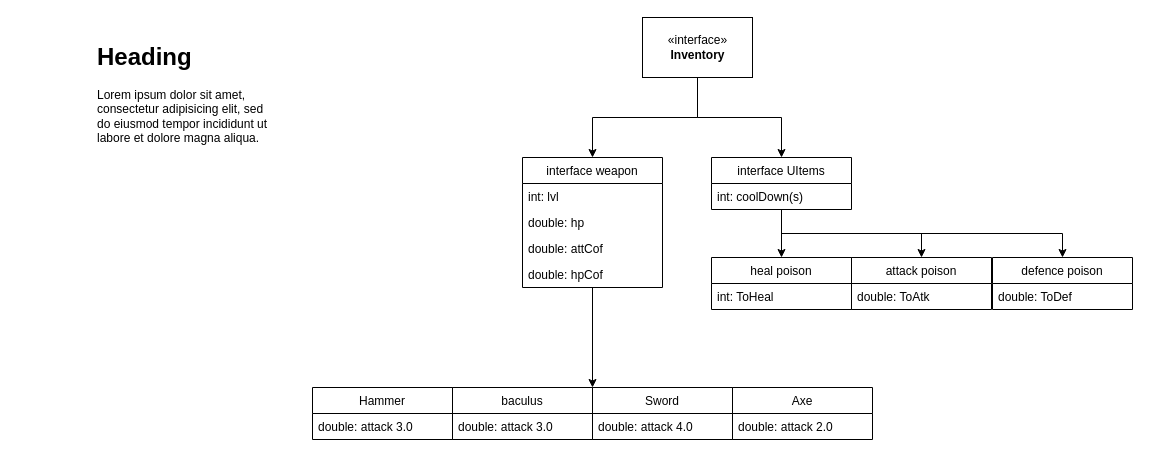
Above: page "Inventory(weapon,UItems)" (2 of 3) of src/plan/projectDiagram.drawio in vfedychkanych/MyPlayProj (draw.io), before the change. Source tidied: cells renumbered, new cells numbered last; positions are measured from the earlier drawing's top-left corner, leaving out a move shared by most shapes. Both pictures are drawn from the tidied source at 100%, with x=0, y=0 at pixel (92, 17).
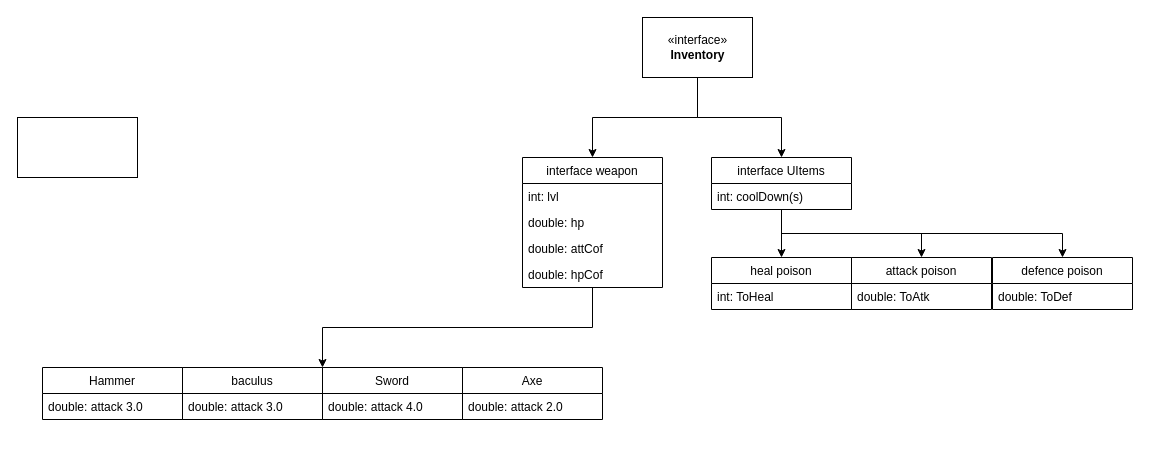
The same diagram, later.

Diff of the diagram source:
```diff
@@
     <mxCell id="2" value="Axe" style="swimlane;fontStyle=0;horizontal=1;startSize=26;fillColor=none;" parent="1" vertex="1">
-      <mxGeometry x="640" y="370" width="140" height="52" as="geometry" />
+      <mxGeometry x="370" y="350" width="140" height="52" as="geometry" />
     </mxCell>
@@
     <mxCell id="4" value="Sword" style="swimlane;fontStyle=0;horizontal=1;startSize=26;fillColor=none;" parent="1" vertex="1">
-      <mxGeometry x="500" y="370" width="140" height="52" as="geometry" />
+      <mxGeometry x="230" y="350" width="140" height="52" as="geometry" />
     </mxCell>
@@
     <mxCell id="6" value="baculus" style="swimlane;fontStyle=0;horizontal=1;startSize=26;fillColor=none;" parent="1" vertex="1">
-      <mxGeometry x="360" y="370" width="140" height="52" as="geometry" />
+      <mxGeometry x="90" y="350" width="140" height="52" as="geometry" />
     </mxCell>
@@
     <mxCell id="8" value="Hammer" style="swimlane;fontStyle=0;horizontal=1;startSize=26;fillColor=none;" parent="1" vertex="1">
-      <mxGeometry x="220" y="370" width="140" height="52" as="geometry" />
+      <mxGeometry x="-50" y="350" width="140" height="52" as="geometry" />
     </mxCell>
@@
-    <mxCell id="30" value="&lt;h1&gt;Heading&lt;/h1&gt;&lt;p&gt;Lorem ipsum dolor sit amet, consectetur adipisicing elit, sed do eiusmod tempor incididunt ut labore et dolore magna aliqua.&lt;/p&gt;" style="text;html=1;strokeColor=none;fillColor=none;spacing=5;spacingTop=-20;whiteSpace=wrap;overflow=hidden;rounded=0;" parent="1" vertex="1">
-      <mxGeometry y="20" width="190" height="120" as="geometry" />
-    </mxCell>
+    <mxCell id="31" style="rounded=0;whiteSpace=wrap;html=1;" parent="1" vertex="1">
+      <mxGeometry x="-75" y="100" width="120" height="60" as="geometry" />
+    </mxCell>
```
